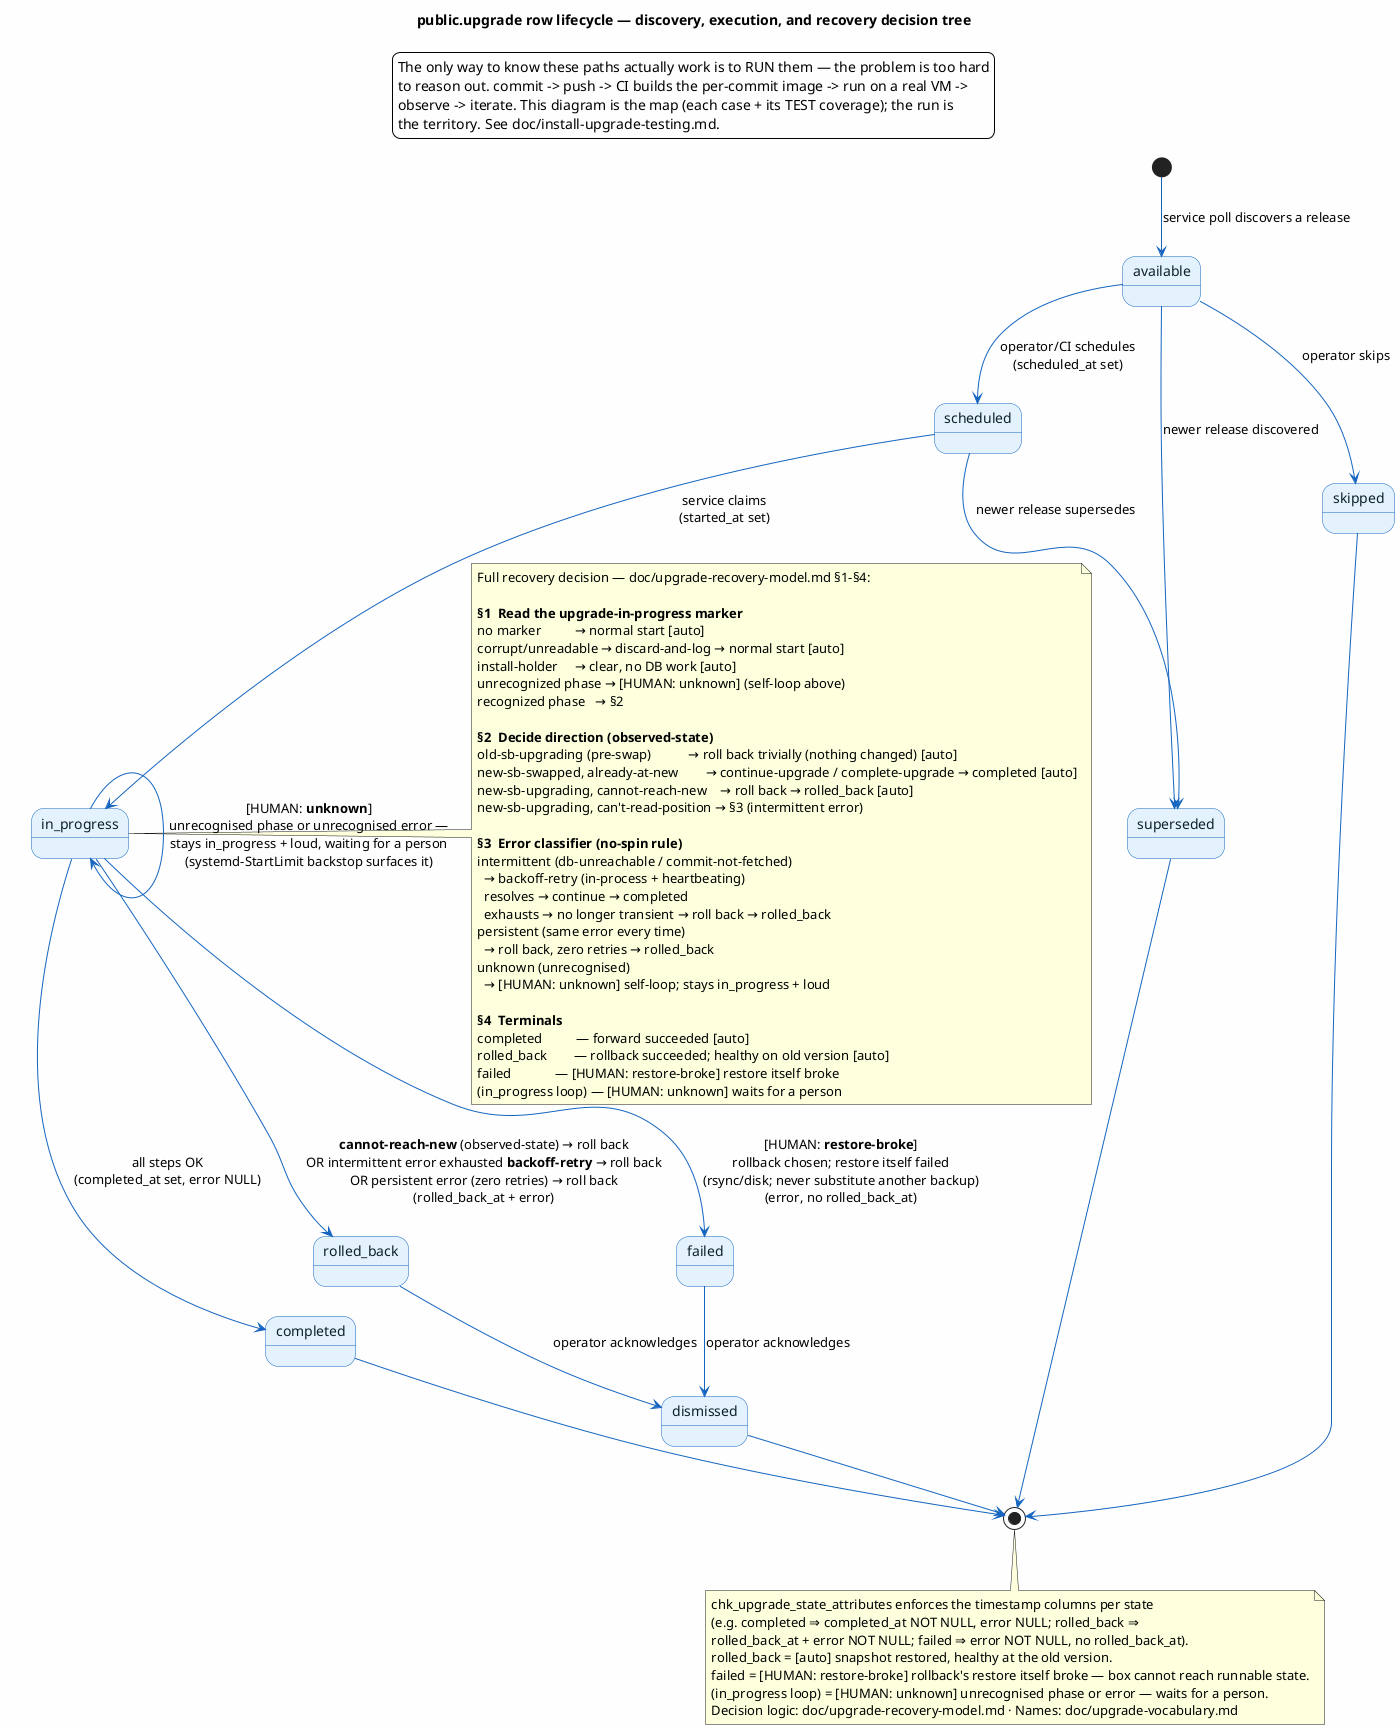
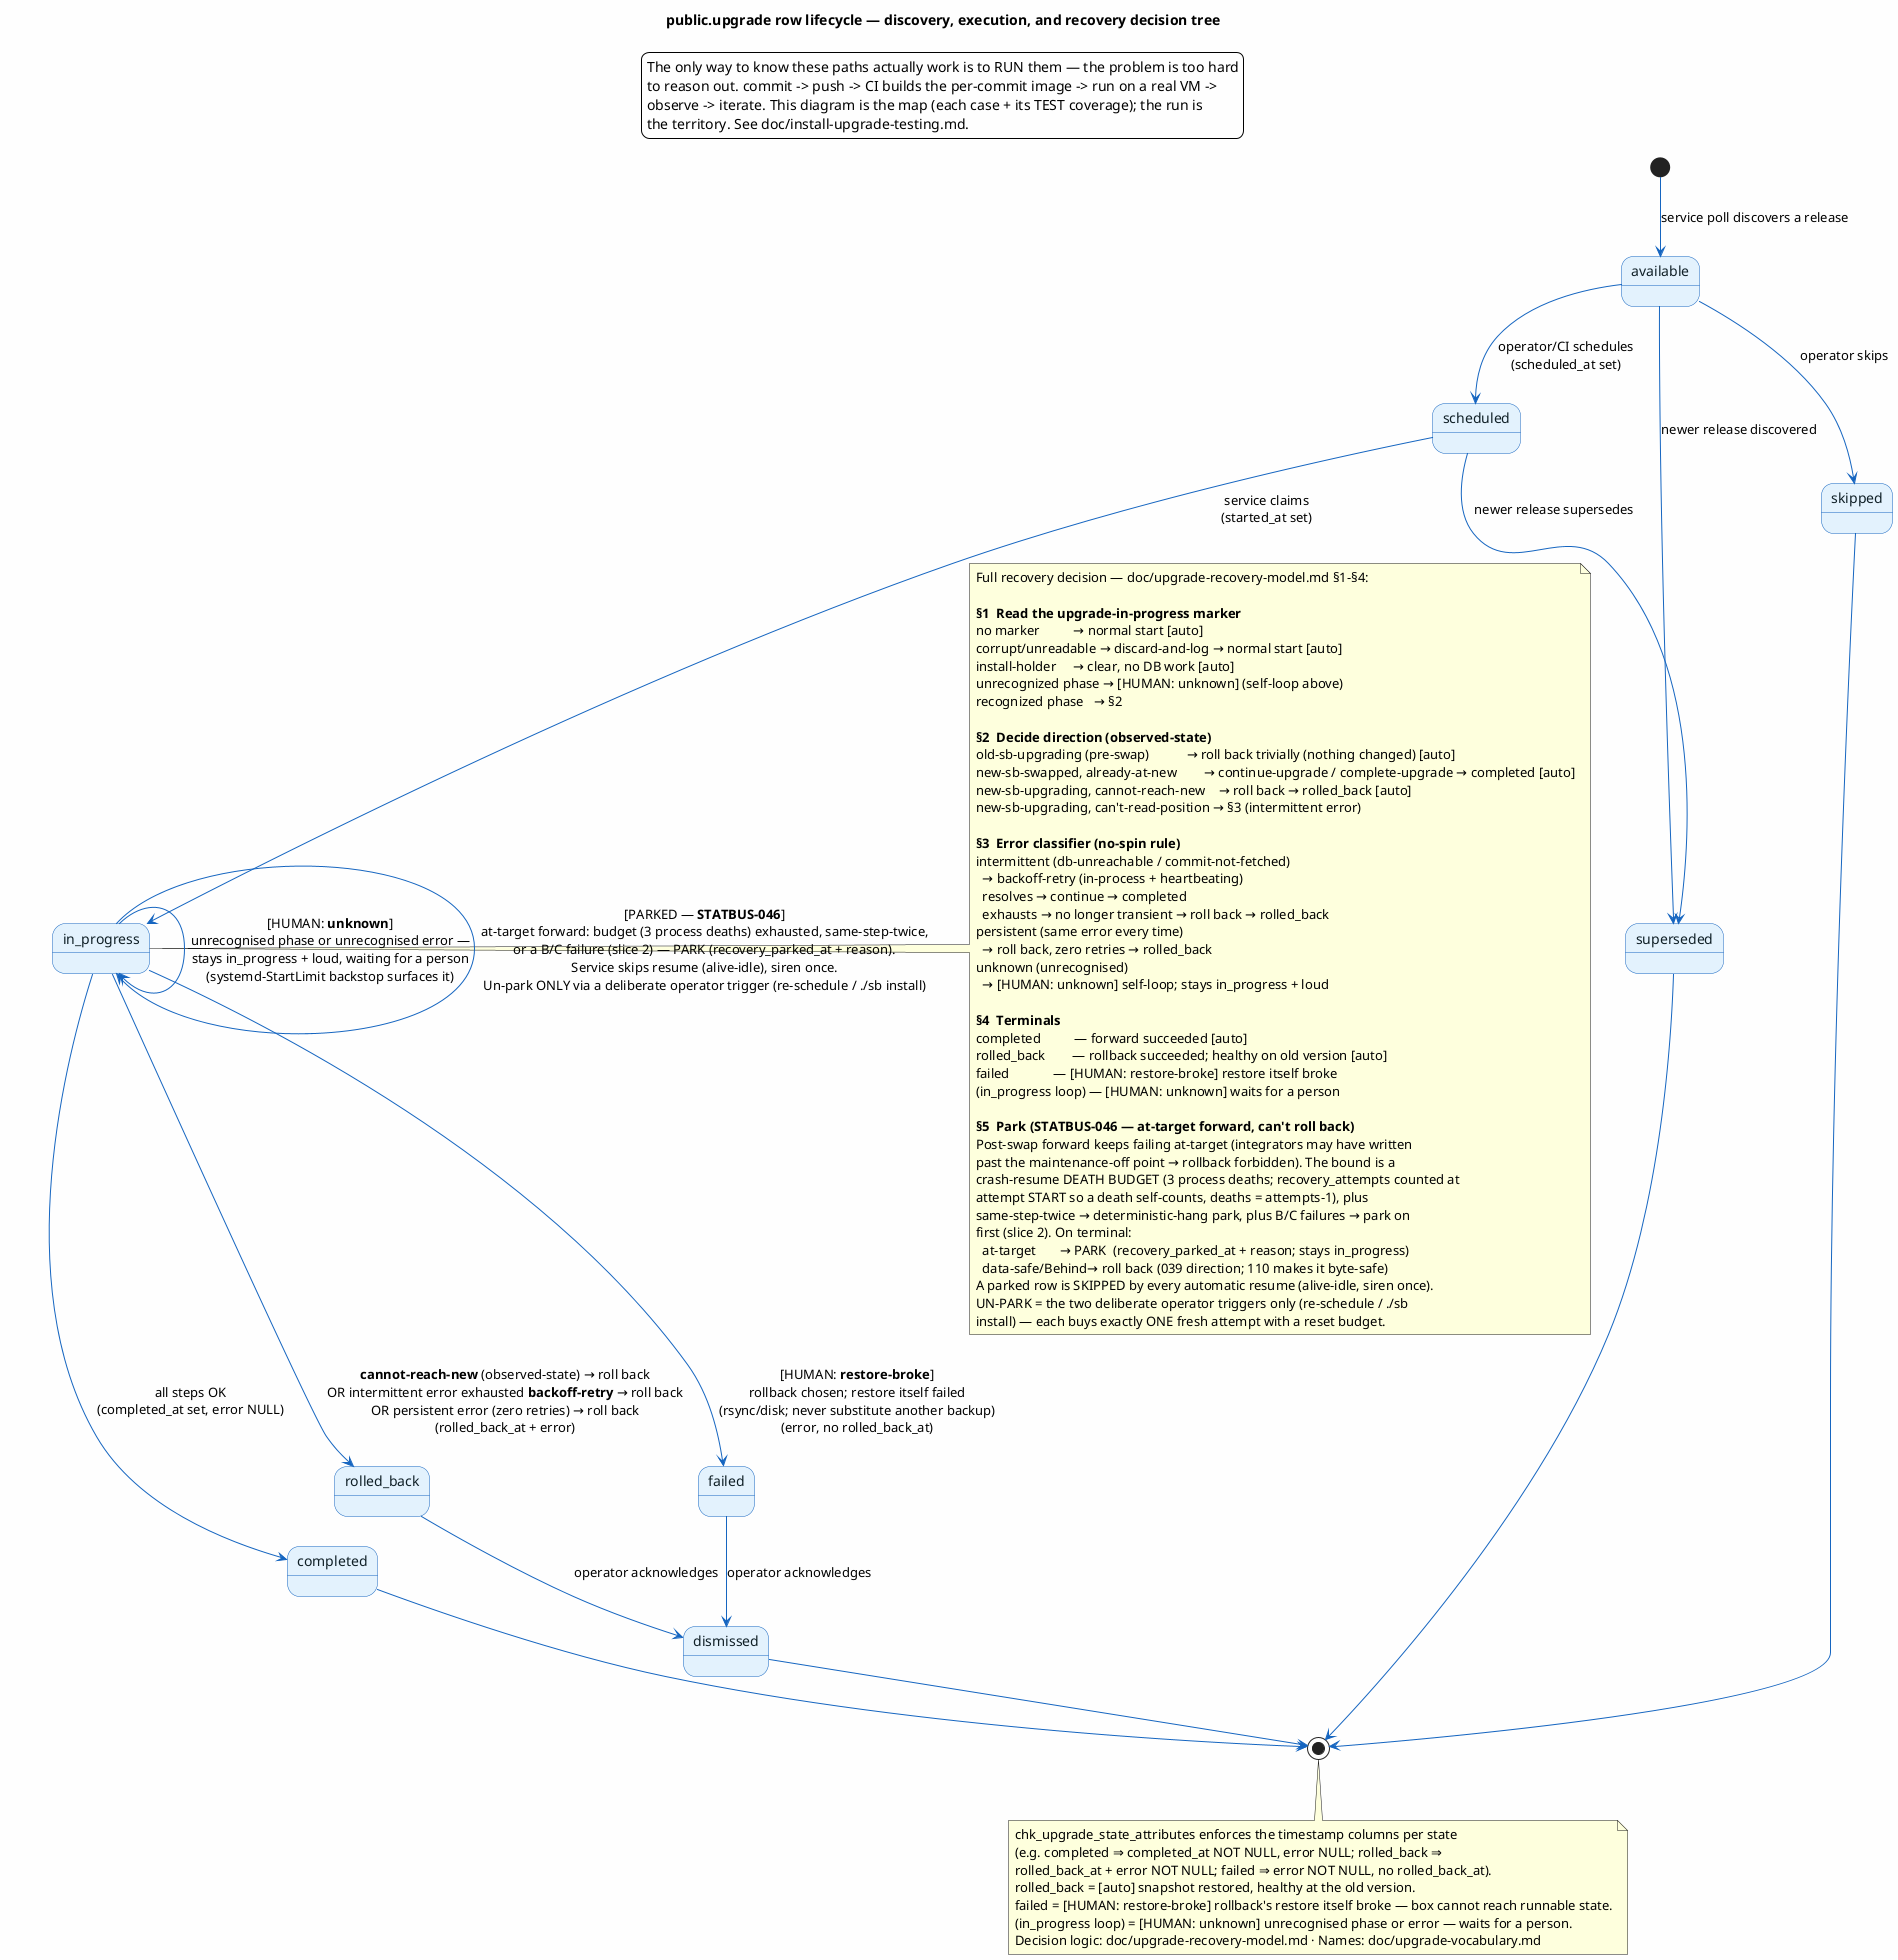
@startuml upgrade-lifecycle
' Authoritative state diagram for doc/upgrade-timeline.md § Upgrade-row lifecycle.
' States are the public.upgrade.state enum (upgrade_state); the timestamp
' invariants per state are enforced by chk_upgrade_state_attributes — see
' doc/db/table/public_upgrade.md.
' Names: doc/upgrade-vocabulary.md. Decision logic: doc/upgrade-recovery-model.md.
skinparam backgroundColor #FEFEFE
skinparam state {
    BorderColor #1565C0
    BackgroundColor #E3F2FD
    ArrowColor #1565C0
    FontColor #102027
}

title public.upgrade row lifecycle — discovery, execution, and recovery decision tree

legend top
The only way to know these paths actually work is to RUN them — the problem is too hard
to reason out. commit -> push -> CI builds the per-commit image -> run on a real VM ->
observe -> iterate. This diagram is the map (each case + its TEST coverage); the run is
the territory. See doc/install-upgrade-testing.md.
endlegend

[*] --> available : service poll discovers a release

available --> scheduled : operator/CI schedules\n(scheduled_at set)
available --> skipped : operator skips
available --> superseded : newer release discovered

scheduled --> in_progress : service claims\n(started_at set)
scheduled --> superseded : newer release supersedes

in_progress --> completed : all steps OK\n(completed_at set, error NULL)

' [HUMAN: unknown] — unrecognised phase or unrecognised error: stays in_progress, loud
in_progress --> in_progress : [HUMAN: **unknown**]\nunrecognised phase or unrecognised error —\nstays in_progress + loud, waiting for a person\n(systemd-StartLimit backstop surfaces it)
+ 
+ ' [PARKED — STATBUS-046] — at-target forward exhausted the crash-resume death
+ ' budget (3 process deaths) OR hit same-step-twice (deterministic hang) OR a B/C failure fired (slice 2):
+ ' stays in_progress (forward-only preserved; rollback stays reachable ONLY via a
+ ' positively-Behind verdict, NEVER via exhaustion). The row gains
+ ' recovery_parked_at + recovery_parked_reason; the service SKIPS resume
+ ' (alive-idle, no crash loop) and the degraded siren fires ONCE. This is what
+ ' replaces rune's loop-forever (10,229 restarts).
+ in_progress --> in_progress : [PARKED — **STATBUS-046**]\nat-target forward: budget (3 process deaths) exhausted, same-step-twice,\nor a B/C failure (slice 2) — PARK (recovery_parked_at + reason).\nService skips resume (alive-idle), siren once.\nUn-park ONLY via a deliberate operator trigger (re-schedule / ./sb install)

' cannot-reach-new → roll back (also: intermittent exhausted backoff-retry, or persistent error)
in_progress --> rolled_back : **cannot-reach-new** (observed-state) → roll back\nOR intermittent error exhausted **backoff-retry** → roll back\nOR persistent error (zero retries) → roll back\n(rolled_back_at + error)

' [HUMAN: restore-broke] — rollback chosen but restore itself failed
in_progress --> failed : [HUMAN: **restore-broke**]\nrollback chosen; restore itself failed\n(rsync/disk; never substitute another backup)\n(error, no rolled_back_at)

note right of in_progress
  Full recovery decision — doc/upgrade-recovery-model.md §1–§4:

  **§1  Read the upgrade-in-progress marker**
  no marker          → normal start [auto]
  corrupt/unreadable → discard-and-log → normal start [auto]
  install-holder     → clear, no DB work [auto]
  unrecognized phase → [HUMAN: unknown] (self-loop above)
  recognized phase   → §2

  **§2  Decide direction (observed-state)**
  old-sb-upgrading (pre-swap)           → roll back trivially (nothing changed) [auto]
  new-sb-swapped, already-at-new        → continue-upgrade / complete-upgrade → completed [auto]
  new-sb-upgrading, cannot-reach-new    → roll back → rolled_back [auto]
  new-sb-upgrading, can't-read-position → §3 (intermittent error)

  **§3  Error classifier (no-spin rule)**
  intermittent (db-unreachable / commit-not-fetched)
    → backoff-retry (in-process + heartbeating)
    resolves → continue → completed
    exhausts → no longer transient → roll back → rolled_back
  persistent (same error every time)
    → roll back, zero retries → rolled_back
  unknown (unrecognised)
    → [HUMAN: unknown] self-loop; stays in_progress + loud

  **§4  Terminals**
  completed          — forward succeeded [auto]
  rolled_back        — rollback succeeded; healthy on old version [auto]
  failed             — [HUMAN: restore-broke] restore itself broke
  (in_progress loop) — [HUMAN: unknown] waits for a person
+ 
+   **§5  Park (STATBUS-046 — at-target forward, can't roll back)**
+   Post-swap forward keeps failing at-target (integrators may have written
+   past the maintenance-off point → rollback forbidden). The bound is a
+   crash-resume DEATH BUDGET (3 process deaths; recovery_attempts counted at
+   attempt START so a death self-counts, deaths = attempts-1), plus
+   same-step-twice → deterministic-hang park, plus B/C failures → park on
+   first (slice 2). On terminal:
+     at-target       → PARK  (recovery_parked_at + reason; stays in_progress)
+     data-safe/Behind→ roll back (039 direction; 110 makes it byte-safe)
+   A parked row is SKIPPED by every automatic resume (alive-idle, siren once).
+   UN-PARK = the two deliberate operator triggers only (re-schedule / ./sb
+   install) — each buys exactly ONE fresh attempt with a reset budget.
end note

rolled_back --> dismissed : operator acknowledges
failed --> dismissed : operator acknowledges

completed --> [*]
skipped --> [*]
superseded --> [*]
dismissed --> [*]

note bottom
  chk_upgrade_state_attributes enforces the timestamp columns per state
  (e.g. completed ⇒ completed_at NOT NULL, error NULL; rolled_back ⇒
  rolled_back_at + error NOT NULL; failed ⇒ error NOT NULL, no rolled_back_at).
  rolled_back = [auto] snapshot restored, healthy at the old version.
  failed = [HUMAN: restore-broke] rollback's restore itself broke — box cannot reach runnable state.
  (in_progress loop) = [HUMAN: unknown] unrecognised phase or error — waits for a person.
  Decision logic: doc/upgrade-recovery-model.md · Names: doc/upgrade-vocabulary.md
end note

@enduml
